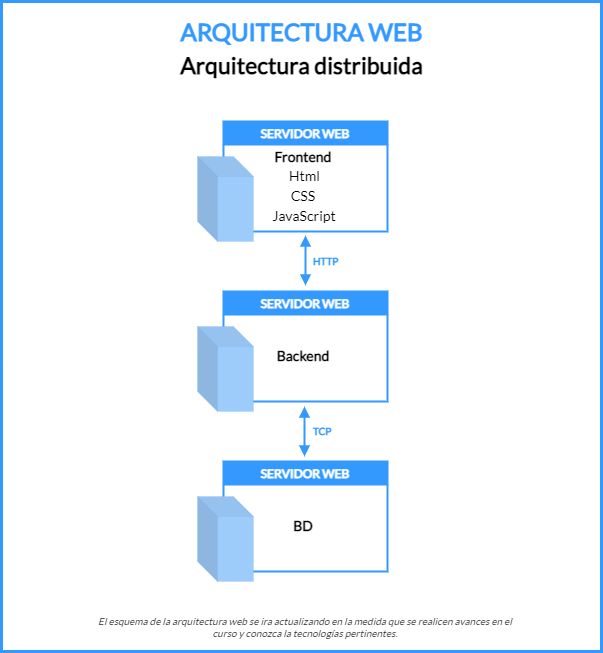
JonMitsurugi/Documentacion-git-js keeps this draw.io diagram as Arquitectura web.png. Above is the earlier version. Source tidied: cells renumbered, new cells last; positions are measured from the earlier drawing's top-left corner, leaving out a move shared by most shapes. The source it was exported from:
```xml
<mxGraphModel>
  <root>
    <mxCell id="0" />
    <mxCell id="1" parent="0" />
    <mxCell id="2" style="rounded=0;whiteSpace=wrap;html=1;fontFamily=Lato;fontSource=https%3A%2F%2Ffonts.googleapis.com%2Fcss%3Ffamily%3DLato;strokeColor=#3399FF;strokeWidth=3;" parent="1" vertex="1">
      <mxGeometry width="600" height="650" as="geometry" />
    </mxCell>
    <mxCell id="3" value="SERVIDOR WEB" style="swimlane;strokeWidth=2;verticalAlign=middle;perimeterSpacing=0;fillColor=#3399FF;strokeColor=#3399FF;startSize=23;fontFamily=Lato;fontSource=https%3A%2F%2Ffonts.googleapis.com%2Fcss%3Ffamily%3DLato;sketch=0;rounded=0;glass=0;fontColor=#FFFFFF;swimlaneLine=1;" parent="1" vertex="1">
      <mxGeometry x="222" y="120" width="164" height="110" as="geometry" />
    </mxCell>
    <mxCell id="4" style="shape=cube;whiteSpace=wrap;html=1;boundedLbl=1;backgroundOutline=1;darkOpacity=0.05;darkOpacity2=0.1;strokeWidth=0;fillColor=#9DCCFB;strokeColor=#3399FF;size=20;" parent="3" vertex="1">
      <mxGeometry x="-26" y="35" width="56" height="85" as="geometry" />
    </mxCell>
    <mxCell id="5" value="&lt;font style=&quot;font-size: 14px;&quot;&gt;Html&lt;/font&gt;" style="text;html=1;strokeColor=none;fillColor=none;align=left;verticalAlign=middle;whiteSpace=wrap;rounded=0;opacity=50;fontFamily=Lato;fontSource=https%3A%2F%2Ffonts.googleapis.com%2Fcss%3Ffamily%3DLato;" parent="3" vertex="1">
      <mxGeometry x="64" y="42" width="90" height="25" as="geometry" />
    </mxCell>
    <mxCell id="6" value="&lt;font style=&quot;font-size: 14px;&quot;&gt;CSS&lt;/font&gt;" style="text;html=1;strokeColor=none;fillColor=none;align=center;verticalAlign=middle;whiteSpace=wrap;rounded=0;opacity=50;fontFamily=Lato;fontSource=https%3A%2F%2Ffonts.googleapis.com%2Fcss%3Ffamily%3DLato;" parent="3" vertex="1">
      <mxGeometry y="67" width="160" height="16" as="geometry" />
    </mxCell>
    <mxCell id="7" value="&lt;font style=&quot;font-size: 14px;&quot;&gt;JavaScript&lt;/font&gt;" style="text;html=1;strokeColor=none;fillColor=none;align=center;verticalAlign=middle;whiteSpace=wrap;rounded=0;opacity=50;fontFamily=Lato;fontSource=https%3A%2F%2Ffonts.googleapis.com%2Fcss%3Ffamily%3DLato;" parent="3" vertex="1">
      <mxGeometry x="1" y="85" width="160" height="20" as="geometry" />
    </mxCell>
    <mxCell id="8" value="&lt;font style=&quot;font-size: 14px;&quot;&gt;&lt;b&gt;Frontend&lt;/b&gt;&lt;/font&gt;" style="text;html=1;strokeColor=none;fillColor=none;align=center;verticalAlign=middle;whiteSpace=wrap;rounded=0;opacity=50;fontFamily=Lato;fontSource=https%3A%2F%2Ffonts.googleapis.com%2Fcss%3Ffamily%3DLato;" parent="3" vertex="1">
      <mxGeometry y="26" width="160" height="20" as="geometry" />
    </mxCell>
    <mxCell id="9" value="Arquitectura distribuida" style="text;strokeColor=none;fillColor=none;html=1;fontSize=23;fontStyle=1;verticalAlign=middle;align=center;fontFamily=Lato;fontSource=https%3A%2F%2Ffonts.googleapis.com%2Fcss%3Ffamily%3DLato;" parent="1" vertex="1">
      <mxGeometry x="250" y="44" width="100" height="40" as="geometry" />
    </mxCell>
    <mxCell id="10" value="ARQUITECTURA WEB" style="text;strokeColor=none;fillColor=none;html=1;fontSize=24;fontStyle=1;verticalAlign=middle;align=center;fontFamily=Lato;fontSource=https%3A%2F%2Ffonts.googleapis.com%2Fcss%3Ffamily%3DLato;fontColor=#3399FF;" parent="1" vertex="1">
      <mxGeometry y="11" width="600" height="40" as="geometry" />
    </mxCell>
    <mxCell id="11" value="SERVIDOR WEB" style="swimlane;strokeWidth=2;verticalAlign=middle;perimeterSpacing=0;fillColor=#3399FF;strokeColor=#3399FF;startSize=23;fontFamily=Lato;fontSource=https%3A%2F%2Ffonts.googleapis.com%2Fcss%3Ffamily%3DLato;sketch=0;rounded=0;glass=0;fontColor=#FFFFFF;swimlaneLine=1;" parent="1" vertex="1">
      <mxGeometry x="222" y="290" width="164" height="110" as="geometry" />
    </mxCell>
    <mxCell id="12" style="shape=cube;whiteSpace=wrap;html=1;boundedLbl=1;backgroundOutline=1;darkOpacity=0.05;darkOpacity2=0.1;strokeWidth=0;fillColor=#9DCCFB;strokeColor=#3399FF;size=20;" parent="11" vertex="1">
      <mxGeometry x="-26" y="35" width="56" height="85" as="geometry" />
    </mxCell>
    <mxCell id="13" value="&lt;font style=&quot;font-size: 14px;&quot;&gt;&lt;b&gt;Backend&lt;/b&gt;&lt;/font&gt;" style="text;html=1;strokeColor=none;fillColor=none;align=center;verticalAlign=middle;whiteSpace=wrap;rounded=0;opacity=50;fontFamily=Lato;fontSource=https%3A%2F%2Ffonts.googleapis.com%2Fcss%3Ffamily%3DLato;" parent="11" vertex="1">
      <mxGeometry y="55" width="160" height="20" as="geometry" />
    </mxCell>
    <mxCell id="14" value="SERVIDOR WEB" style="swimlane;strokeWidth=2;verticalAlign=middle;perimeterSpacing=0;fillColor=#3399FF;strokeColor=#3399FF;startSize=23;fontFamily=Lato;fontSource=https%3A%2F%2Ffonts.googleapis.com%2Fcss%3Ffamily%3DLato;sketch=0;rounded=0;glass=0;fontColor=#FFFFFF;swimlaneLine=1;" parent="1" vertex="1">
      <mxGeometry x="222" y="460" width="164" height="110" as="geometry" />
    </mxCell>
    <mxCell id="15" style="shape=cube;whiteSpace=wrap;html=1;boundedLbl=1;backgroundOutline=1;darkOpacity=0.05;darkOpacity2=0.1;strokeWidth=0;fillColor=#9DCCFB;strokeColor=#3399FF;size=20;" parent="14" vertex="1">
      <mxGeometry x="-26" y="35" width="56" height="85" as="geometry" />
    </mxCell>
    <mxCell id="16" value="&lt;font style=&quot;font-size: 14px;&quot;&gt;&lt;b&gt;BD&lt;/b&gt;&lt;/font&gt;" style="text;html=1;strokeColor=none;fillColor=none;align=center;verticalAlign=middle;whiteSpace=wrap;rounded=0;opacity=50;fontFamily=Lato;fontSource=https%3A%2F%2Ffonts.googleapis.com%2Fcss%3Ffamily%3DLato;" parent="14" vertex="1">
      <mxGeometry y="55" width="160" height="20" as="geometry" />
    </mxCell>
    <mxCell id="17" style="endArrow=block;startArrow=block;html=1;rounded=1;fontFamily=Lato;fontSource=https%3A%2F%2Ffonts.googleapis.com%2Fcss%3Ffamily%3DLato;fontSize=23;fontColor=#FFFFFF;exitX=0.5;exitY=0;exitDx=0;exitDy=0;strokeColor=#3399FF;strokeWidth=2;startFill=1;endFill=1;" parent="1" edge="1">
      <mxGeometry relative="1" as="geometry">
        <mxPoint x="304" y="284" as="sourcePoint" />
        <mxPoint x="304" y="234" as="targetPoint" />
      </mxGeometry>
    </mxCell>
    <mxCell id="18" value="&lt;font color=&quot;#3399ff&quot; style=&quot;font-size: 10px;&quot;&gt;HTTP&lt;/font&gt;" style="text;html=1;strokeColor=none;fillColor=none;align=left;verticalAlign=middle;whiteSpace=wrap;rounded=0;opacity=50;fontFamily=Lato;fontSource=https%3A%2F%2Ffonts.googleapis.com%2Fcss%3Ffamily%3DLato;fontStyle=1;" parent="1" vertex="1">
      <mxGeometry x="310" y="250" width="80" height="20" as="geometry" />
    </mxCell>
    <mxCell id="19" style="endArrow=block;startArrow=block;html=1;rounded=1;fontFamily=Lato;fontSource=https%3A%2F%2Ffonts.googleapis.com%2Fcss%3Ffamily%3DLato;fontSize=23;fontColor=#FFFFFF;exitX=0.5;exitY=0;exitDx=0;exitDy=0;strokeColor=#3399FF;strokeWidth=2;startFill=1;endFill=1;" parent="1" edge="1">
      <mxGeometry relative="1" as="geometry">
        <mxPoint x="303" y="455" as="sourcePoint" />
        <mxPoint x="303" y="405" as="targetPoint" />
      </mxGeometry>
    </mxCell>
    <mxCell id="20" value="&lt;font color=&quot;#3399ff&quot; style=&quot;font-size: 10px;&quot;&gt;TCP&lt;/font&gt;" style="text;html=1;strokeColor=none;fillColor=none;align=left;verticalAlign=middle;whiteSpace=wrap;rounded=0;opacity=50;fontFamily=Lato;fontSource=https%3A%2F%2Ffonts.googleapis.com%2Fcss%3Ffamily%3DLato;fontStyle=1;" parent="1" vertex="1">
      <mxGeometry x="310" y="420" width="80" height="20" as="geometry" />
    </mxCell>
    <mxCell id="21" value="&lt;i&gt;&lt;font color=&quot;#1a1a1a&quot;&gt;El esquema de la arquitectura web se ira actualizando en la medida que se realicen avances en el curso y conozca la tecnologías&amp;nbsp;pertinentes.&lt;/font&gt;&lt;/i&gt;" style="text;html=1;strokeColor=none;fillColor=none;align=center;verticalAlign=middle;whiteSpace=wrap;rounded=0;fontFamily=Lato;fontSource=https%3A%2F%2Ffonts.googleapis.com%2Fcss%3Ffamily%3DLato;fontSize=10;fontColor=#3399FF;" parent="1" vertex="1">
      <mxGeometry x="89" y="610" width="430" height="30" as="geometry" />
    </mxCell>
  </root>
</mxGraphModel>
```
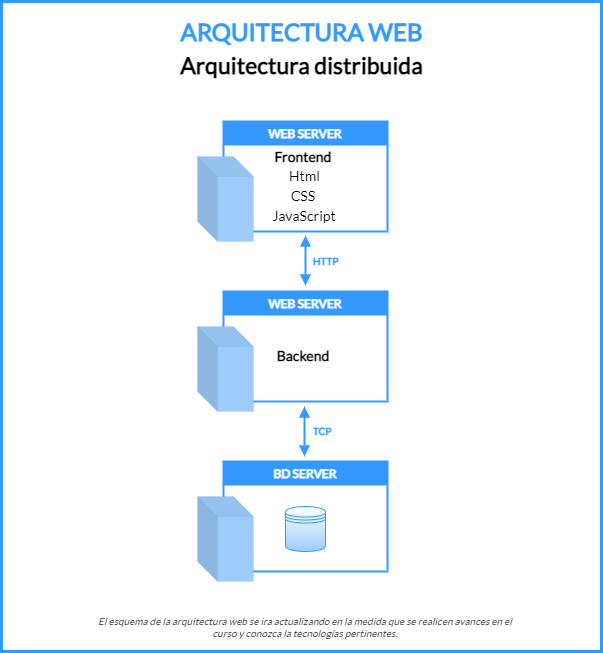
The same file after the commit.

Commit message:
Corrección de titulos

The edit, as a diff of the source:
```diff
@@ -5,7 +5,7 @@
     <mxCell id="2" style="rounded=0;whiteSpace=wrap;html=1;fontFamily=Lato;fontSource=https%3A%2F%2Ffonts.googleapis.com%2Fcss%3Ffamily%3DLato;strokeColor=#3399FF;strokeWidth=3;" parent="1" vertex="1">
       <mxGeometry width="600" height="650" as="geometry" />
     </mxCell>
-    <mxCell id="3" value="SERVIDOR WEB" style="swimlane;strokeWidth=2;verticalAlign=middle;perimeterSpacing=0;fillColor=#3399FF;strokeColor=#3399FF;startSize=23;fontFamily=Lato;fontSource=https%3A%2F%2Ffonts.googleapis.com%2Fcss%3Ffamily%3DLato;sketch=0;rounded=0;glass=0;fontColor=#FFFFFF;swimlaneLine=1;" parent="1" vertex="1">
+    <mxCell id="3" value="WEB SERVER" style="swimlane;strokeWidth=2;verticalAlign=middle;perimeterSpacing=0;fillColor=#3399FF;strokeColor=#3399FF;startSize=23;fontFamily=Lato;fontSource=https%3A%2F%2Ffonts.googleapis.com%2Fcss%3Ffamily%3DLato;sketch=0;rounded=0;glass=0;fontColor=#FFFFFF;swimlaneLine=1;" parent="1" vertex="1">
       <mxGeometry x="222" y="120" width="164" height="110" as="geometry" />
     </mxCell>
     <mxCell id="4" style="shape=cube;whiteSpace=wrap;html=1;boundedLbl=1;backgroundOutline=1;darkOpacity=0.05;darkOpacity2=0.1;strokeWidth=0;fillColor=#9DCCFB;strokeColor=#3399FF;size=20;" parent="3" vertex="1">
@@ -29,7 +29,7 @@
     <mxCell id="10" value="ARQUITECTURA WEB" style="text;strokeColor=none;fillColor=none;html=1;fontSize=24;fontStyle=1;verticalAlign=middle;align=center;fontFamily=Lato;fontSource=https%3A%2F%2Ffonts.googleapis.com%2Fcss%3Ffamily%3DLato;fontColor=#3399FF;" parent="1" vertex="1">
       <mxGeometry y="11" width="600" height="40" as="geometry" />
     </mxCell>
-    <mxCell id="11" value="SERVIDOR WEB" style="swimlane;strokeWidth=2;verticalAlign=middle;perimeterSpacing=0;fillColor=#3399FF;strokeColor=#3399FF;startSize=23;fontFamily=Lato;fontSource=https%3A%2F%2Ffonts.googleapis.com%2Fcss%3Ffamily%3DLato;sketch=0;rounded=0;glass=0;fontColor=#FFFFFF;swimlaneLine=1;" parent="1" vertex="1">
+    <mxCell id="11" value="WEB SERVER" style="swimlane;strokeWidth=2;verticalAlign=middle;perimeterSpacing=0;fillColor=#3399FF;strokeColor=#3399FF;startSize=23;fontFamily=Lato;fontSource=https%3A%2F%2Ffonts.googleapis.com%2Fcss%3Ffamily%3DLato;sketch=0;rounded=0;glass=0;fontColor=#FFFFFF;swimlaneLine=1;" parent="1" vertex="1">
       <mxGeometry x="222" y="290" width="164" height="110" as="geometry" />
     </mxCell>
     <mxCell id="12" style="shape=cube;whiteSpace=wrap;html=1;boundedLbl=1;backgroundOutline=1;darkOpacity=0.05;darkOpacity2=0.1;strokeWidth=0;fillColor=#9DCCFB;strokeColor=#3399FF;size=20;" parent="11" vertex="1">
@@ -38,15 +38,15 @@
     <mxCell id="13" value="&lt;font style=&quot;font-size: 14px;&quot;&gt;&lt;b&gt;Backend&lt;/b&gt;&lt;/font&gt;" style="text;html=1;strokeColor=none;fillColor=none;align=center;verticalAlign=middle;whiteSpace=wrap;rounded=0;opacity=50;fontFamily=Lato;fontSource=https%3A%2F%2Ffonts.googleapis.com%2Fcss%3Ffamily%3DLato;" parent="11" vertex="1">
       <mxGeometry y="55" width="160" height="20" as="geometry" />
     </mxCell>
-    <mxCell id="14" value="SERVIDOR WEB" style="swimlane;strokeWidth=2;verticalAlign=middle;perimeterSpacing=0;fillColor=#3399FF;strokeColor=#3399FF;startSize=23;fontFamily=Lato;fontSource=https%3A%2F%2Ffonts.googleapis.com%2Fcss%3Ffamily%3DLato;sketch=0;rounded=0;glass=0;fontColor=#FFFFFF;swimlaneLine=1;" parent="1" vertex="1">
+    <mxCell id="14" value="BD SERVER" style="swimlane;strokeWidth=2;verticalAlign=middle;perimeterSpacing=0;fillColor=#3399FF;strokeColor=#3399FF;startSize=23;fontFamily=Lato;fontSource=https%3A%2F%2Ffonts.googleapis.com%2Fcss%3Ffamily%3DLato;sketch=0;rounded=0;glass=0;fontColor=#FFFFFF;swimlaneLine=1;" parent="1" vertex="1">
       <mxGeometry x="222" y="460" width="164" height="110" as="geometry" />
     </mxCell>
     <mxCell id="15" style="shape=cube;whiteSpace=wrap;html=1;boundedLbl=1;backgroundOutline=1;darkOpacity=0.05;darkOpacity2=0.1;strokeWidth=0;fillColor=#9DCCFB;strokeColor=#3399FF;size=20;" parent="14" vertex="1">
       <mxGeometry x="-26" y="35" width="56" height="85" as="geometry" />
     </mxCell>
-    <mxCell id="16" value="&lt;font style=&quot;font-size: 14px;&quot;&gt;&lt;b&gt;BD&lt;/b&gt;&lt;/font&gt;" style="text;html=1;strokeColor=none;fillColor=none;align=center;verticalAlign=middle;whiteSpace=wrap;rounded=0;opacity=50;fontFamily=Lato;fontSource=https%3A%2F%2Ffonts.googleapis.com%2Fcss%3Ffamily%3DLato;" parent="14" vertex="1">
-      <mxGeometry y="55" width="160" height="20" as="geometry" />
-    </mxCell>
+    <mxCell id="22" style="shape=datastore;whiteSpace=wrap;html=1;rounded=0;fontFamily=Lato;fontSource=https%3A%2F%2Ffonts.googleapis.com%2Fcss%3Ffamily%3DLato;fontSize=10;fontColor=#1A1A1A;strokeColor=#3399FF;strokeWidth=1;fillColor=#9DCCFB;fillStyle=cross-hatch;gradientColor=#ffffff;gradientDirection=north;" parent="14" vertex="1">
+      <mxGeometry x="62" y="45" width="40" height="45" as="geometry" />
+    </mxCell>
     <mxCell id="17" style="endArrow=block;startArrow=block;html=1;rounded=1;fontFamily=Lato;fontSource=https%3A%2F%2Ffonts.googleapis.com%2Fcss%3Ffamily%3DLato;fontSize=23;fontColor=#FFFFFF;exitX=0.5;exitY=0;exitDx=0;exitDy=0;strokeColor=#3399FF;strokeWidth=2;startFill=1;endFill=1;" parent="1" edge="1">
       <mxGeometry relative="1" as="geometry">
         <mxPoint x="304" y="284" as="sourcePoint" />
```
